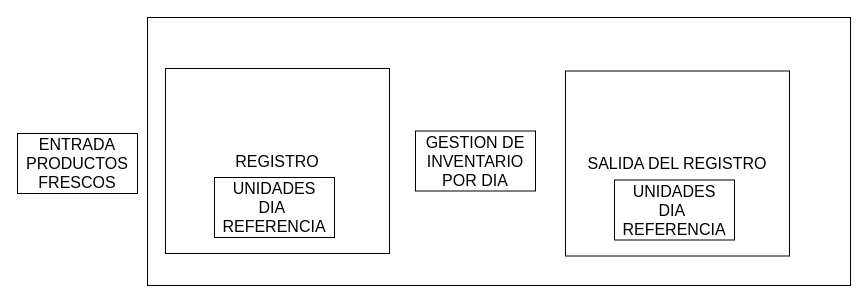
The draw.io diagram page "Página-1" (1 of 2) of MODELOS DE SIMULACION.drawio in EstebanGitPro/AdminFinanazas, before the edit. Source tidied: cells renumbered, new cells numbered last; positions are measured from the earlier drawing's top-left corner, leaving out a move shared by most shapes. Both pictures are drawn from the tidied source at 100%, with x=0, y=0 at pixel (17, 17).
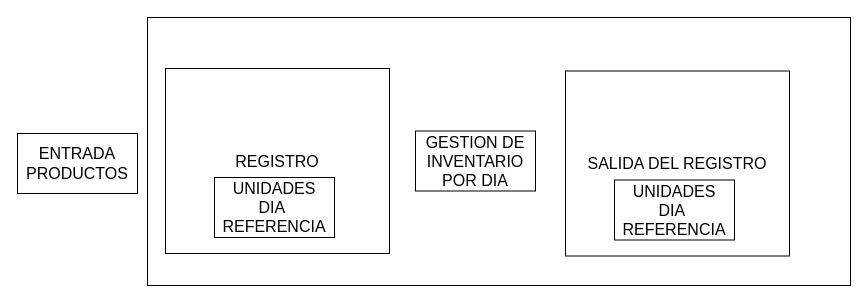
The same page after the edit.

The edit, as a diff of the source:
```diff
@@
 <mxGraphModel>
   <root>
     <mxCell id="0" />
     <mxCell id="1" parent="0" />
     <mxCell id="2" style="rounded=0;whiteSpace=wrap;html=1;fontSize=16;" parent="1" vertex="1">
       <mxGeometry x="130" width="703" height="268" as="geometry" />
     </mxCell>
-    <mxCell id="3" value="ENTRADA PRODUCTOS FRESCOS" style="rounded=0;whiteSpace=wrap;html=1;fontSize=16;" parent="1" vertex="1">
+    <mxCell id="3" value="ENTRADA PRODUCTOS" style="rounded=0;whiteSpace=wrap;html=1;fontSize=16;" parent="1" vertex="1">
       <mxGeometry y="116" width="120" height="60" as="geometry" />
     </mxCell>
     <mxCell id="4" value="REGISTRO" style="rounded=0;whiteSpace=wrap;html=1;fontSize=16;" parent="1" vertex="1">
       <mxGeometry x="148" y="51" width="224" height="185" as="geometry" />
     </mxCell>
     <mxCell id="5" value="UNIDADES&lt;br&gt;DIA&amp;nbsp;&lt;br&gt;REFERENCIA" style="rounded=0;whiteSpace=wrap;html=1;fontSize=16;" parent="1" vertex="1">
       <mxGeometry x="197" y="160" width="120" height="60" as="geometry" />
     </mxCell>
     <mxCell id="6" value="GESTION DE INVENTARIO POR DIA" style="rounded=0;whiteSpace=wrap;html=1;fontSize=16;" parent="1" vertex="1">
       <mxGeometry x="398" y="113.5" width="120" height="60" as="geometry" />
     </mxCell>
     <mxCell id="7" value="SALIDA DEL REGISTRO" style="rounded=0;whiteSpace=wrap;html=1;fontSize=16;" parent="1" vertex="1">
       <mxGeometry x="548" y="53.5" width="224" height="185" as="geometry" />
     </mxCell>
     <mxCell id="8" value="UNIDADES&lt;br&gt;DIA&amp;nbsp;&lt;br&gt;REFERENCIA" style="rounded=0;whiteSpace=wrap;html=1;fontSize=16;" parent="1" vertex="1">
       <mxGeometry x="597" y="162.5" width="120" height="60" as="geometry" />
     </mxCell>
   </root>
 </mxGraphModel>
```
